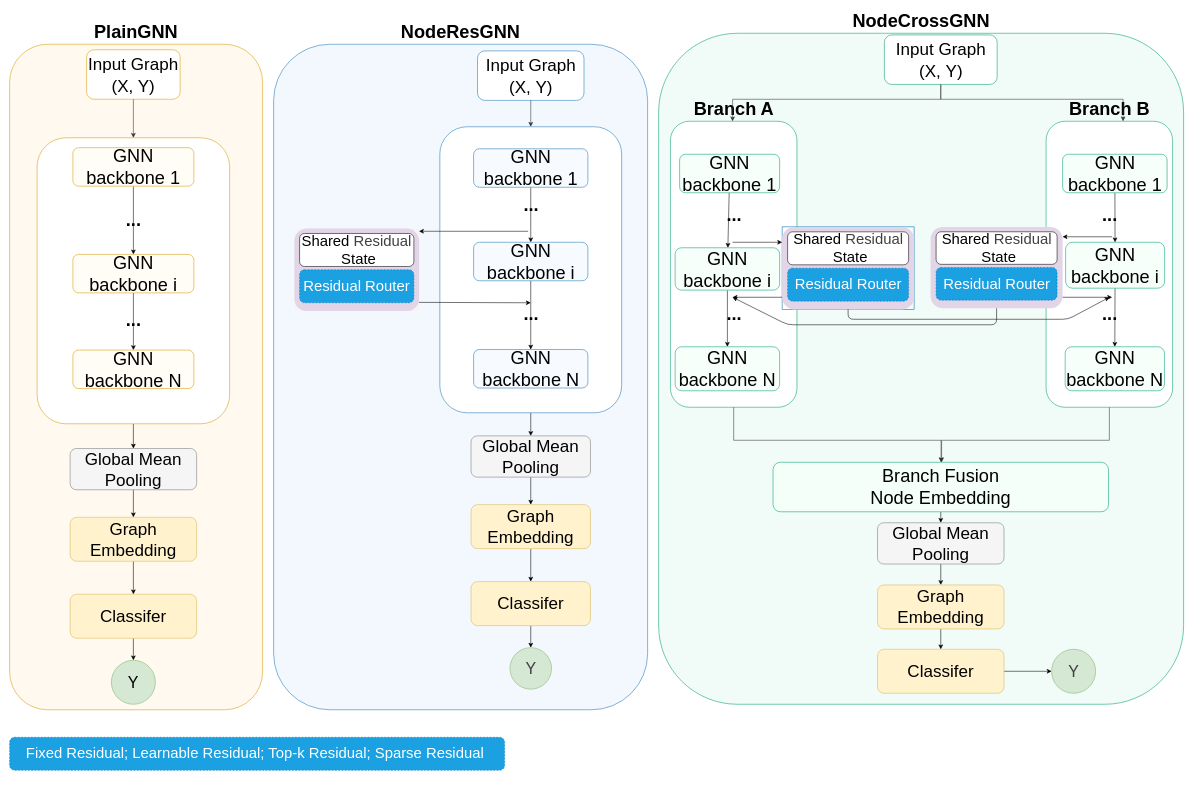
Earlier version of the draw.io diagram paper/figures/cr_gnn_node_architecture.drawio (XuelinHu/cross_residual_gnn). Source tidied: cells renumbered, new cells numbered last; positions are measured from the earlier drawing's top-left corner, leaving out a move shared by most shapes. Both pictures are drawn from the tidied source at 55%, with x=0, y=0 at pixel (9, 33).
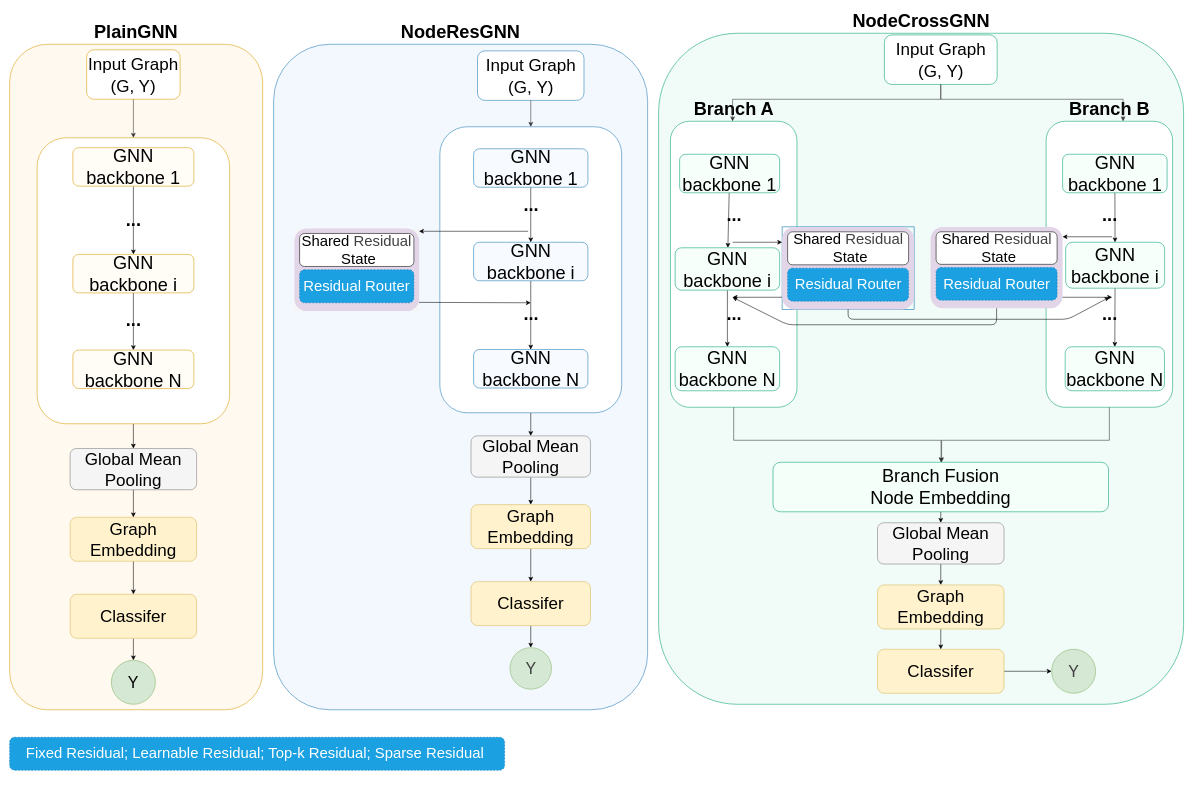
The same diagram, later.

The change refers to these unchanged cells:
```xml
<mxCell id="22" style="group;" parent="1" vertex="1">
  <mxGeometry x="480" y="20" width="680" height="1210" as="geometry" />
</mxCell>
<mxCell id="49" style="group;" parent="1" vertex="1">
  <mxGeometry x="1180" width="954.5" height="1220" as="geometry" />
</mxCell>
```

The edit, as a diff of the source:
```diff
@@
-    <mxCell id="3" value="&lt;span style=&quot;color: rgb(0, 0, 0); font-size: 31px;&quot;&gt;Input Graph&lt;/span&gt;&lt;br style=&quot;color: rgb(63, 63, 63); scrollbar-color: rgb(226, 226, 226) rgb(251, 251, 251); font-size: 31px;&quot;&gt;&lt;span style=&quot;color: rgb(0, 0, 0); font-size: 31px;&quot;&gt;(X, Y)&lt;/span&gt;" style="rounded=1;whiteSpace=wrap;html=1;fillColor=#FFFFFF;strokeColor=#D79B00;fontSize=33;" parent="1" vertex="1">
+    <mxCell id="3" value="&lt;span style=&quot;color: rgb(0, 0, 0); font-size: 31px;&quot;&gt;Input Graph&lt;/span&gt;&lt;br style=&quot;color: rgb(63, 63, 63); scrollbar-color: rgb(226, 226, 226) rgb(251, 251, 251); font-size: 31px;&quot;&gt;&lt;span style=&quot;color: rgb(0, 0, 0); font-size: 31px;&quot;&gt;(G, Y)&lt;/span&gt;" style="rounded=1;whiteSpace=wrap;html=1;fillColor=#FFFFFF;strokeColor=#D79B00;fontSize=33;" parent="1" vertex="1">
       <mxGeometry x="140" y="30" width="170" height="90" as="geometry" />
     </mxCell>
@@
-    <mxCell id="24" value="&lt;span style=&quot;color: rgb(0, 0, 0); font-size: 31px;&quot;&gt;Input Graph&lt;/span&gt;&lt;br style=&quot;color: rgb(63, 63, 63); scrollbar-color: rgb(226, 226, 226) rgb(251, 251, 251); font-size: 31px;&quot;&gt;&lt;span style=&quot;color: rgb(0, 0, 0); font-size: 31px;&quot;&gt;(X,&amp;nbsp;&lt;span style=&quot;color: rgb(0, 0, 0);&quot;&gt;Y&lt;/span&gt;)&lt;/span&gt;" style="rounded=1;whiteSpace=wrap;html=1;fillColor=#FFFFFF;strokeColor=#1F78B4;fontSize=33;" parent="22" vertex="1">
+    <mxCell id="24" value="&lt;span style=&quot;color: rgb(0, 0, 0); font-size: 31px;&quot;&gt;Input Graph&lt;/span&gt;&lt;br style=&quot;color: rgb(63, 63, 63); scrollbar-color: rgb(226, 226, 226) rgb(251, 251, 251); font-size: 31px;&quot;&gt;&lt;span style=&quot;color: rgb(0, 0, 0); font-size: 31px;&quot;&gt;(G,&amp;nbsp;&lt;span style=&quot;color: rgb(0, 0, 0);&quot;&gt;Y&lt;/span&gt;)&lt;/span&gt;" style="rounded=1;whiteSpace=wrap;html=1;fillColor=#FFFFFF;strokeColor=#1F78B4;fontSize=33;" parent="22" vertex="1">
       <mxGeometry x="370.7" y="12" width="193.6" height="90" as="geometry" />
     </mxCell>
@@
-    <mxCell id="51" value="&lt;span style=&quot;color: rgb(0, 0, 0); font-size: 31px;&quot;&gt;Input Graph&lt;/span&gt;&lt;br style=&quot;color: rgb(63, 63, 63); scrollbar-color: rgb(226, 226, 226) rgb(251, 251, 251); font-size: 31px;&quot;&gt;&lt;span style=&quot;color: rgb(0, 0, 0); font-size: 31px;&quot;&gt;(X,&amp;nbsp;&lt;span style=&quot;color: rgb(0, 0, 0);&quot;&gt;Y&lt;/span&gt;)&lt;/span&gt;" style="rounded=1;whiteSpace=wrap;html=1;fillColor=#FFFFFF;strokeColor=#009E73;fontSize=33;" parent="49" vertex="1">
+    <mxCell id="51" value="&lt;span style=&quot;color: rgb(0, 0, 0); font-size: 31px;&quot;&gt;Input Graph&lt;/span&gt;&lt;br style=&quot;color: rgb(63, 63, 63); scrollbar-color: rgb(226, 226, 226) rgb(251, 251, 251); font-size: 31px;&quot;&gt;&lt;span style=&quot;color: rgb(0, 0, 0); font-size: 31px;&quot;&gt;(G,&amp;nbsp;&lt;span style=&quot;color: rgb(0, 0, 0);&quot;&gt;Y&lt;/span&gt;)&lt;/span&gt;" style="rounded=1;whiteSpace=wrap;html=1;fillColor=#FFFFFF;strokeColor=#009E73;fontSize=33;" parent="49" vertex="1">
       <mxGeometry x="410.5" y="3" width="205" height="90" as="geometry" />
     </mxCell>
```
